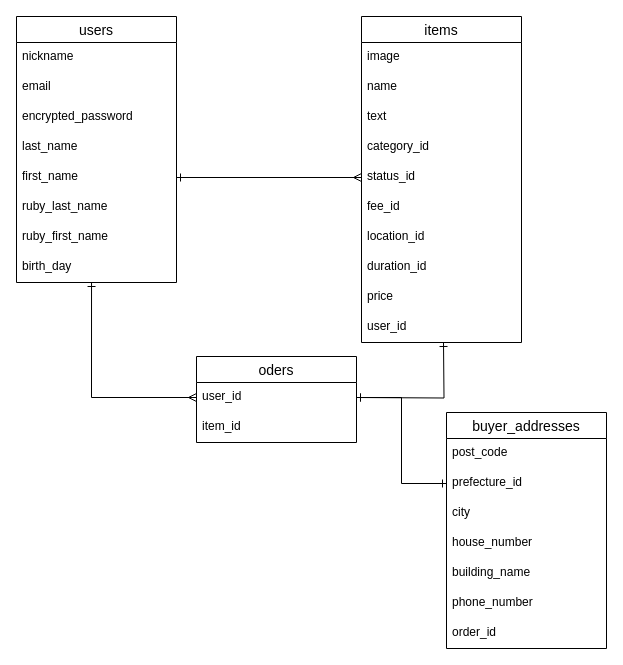
st-maru/furima-33516 keeps this draw.io diagram as ER.dio. Above is the earlier version. Source tidied: cells renumbered, new cells numbered last; positions are measured from the earlier drawing's top-left corner, leaving out a move shared by most shapes. Both pictures are drawn from the tidied source at 100%, with x=0, y=0 at pixel (16, 16).
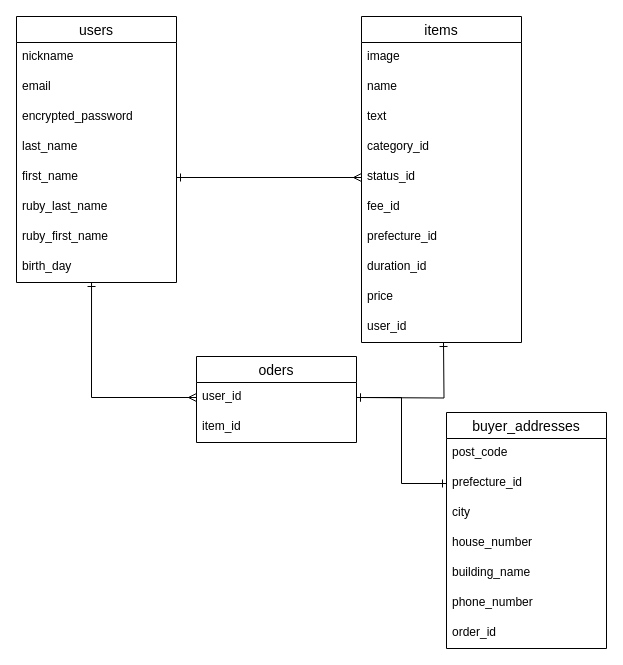
Above is the later version.

Unchanged cells that the change refers to:
```xml
<mxCell id="11" value="items" style="swimlane;fontStyle=0;horizontal=1;startSize=26;align=center;fontSize=14;" parent="1" vertex="1">
  <mxGeometry x="345" width="160" height="326" as="geometry" />
</mxCell>
```

Change to the diagram source:
```diff
@@
-    <mxCell id="18" value="location_id" style="text;strokeColor=none;fillColor=none;spacingLeft=4;spacingRight=4;overflow=hidden;fontSize=12;" parent="11" vertex="1">
+    <mxCell id="18" value="prefecture_id" style="text;strokeColor=none;fillColor=none;spacingLeft=4;spacingRight=4;overflow=hidden;fontSize=12;" parent="11" vertex="1">
       <mxGeometry y="206" width="160" height="30" as="geometry" />
     </mxCell>
```
